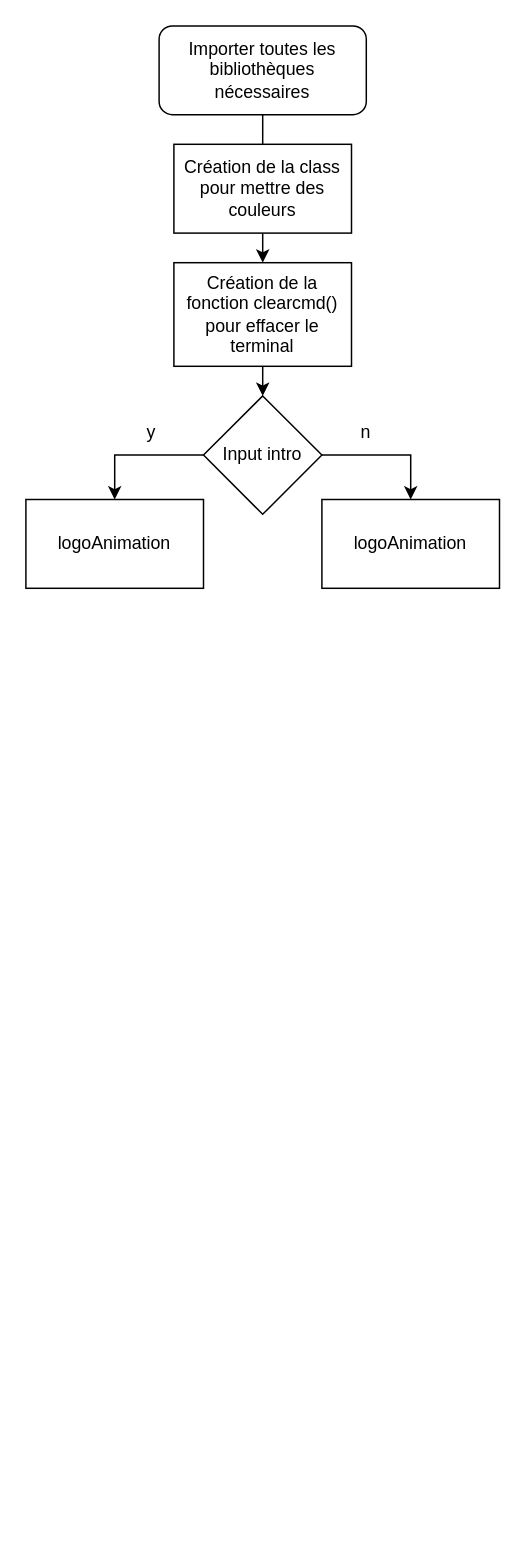
Earlier version of the draw.io diagram V1.drawio (Ag3ntKL/demineur). Source tidied: cells renumbered, new cells numbered last; positions are measured from the earlier drawing's top-left corner, leaving out a move shared by most shapes. Both pictures are drawn from the tidied source at 148%, with x=0, y=0 at pixel (25, 25).
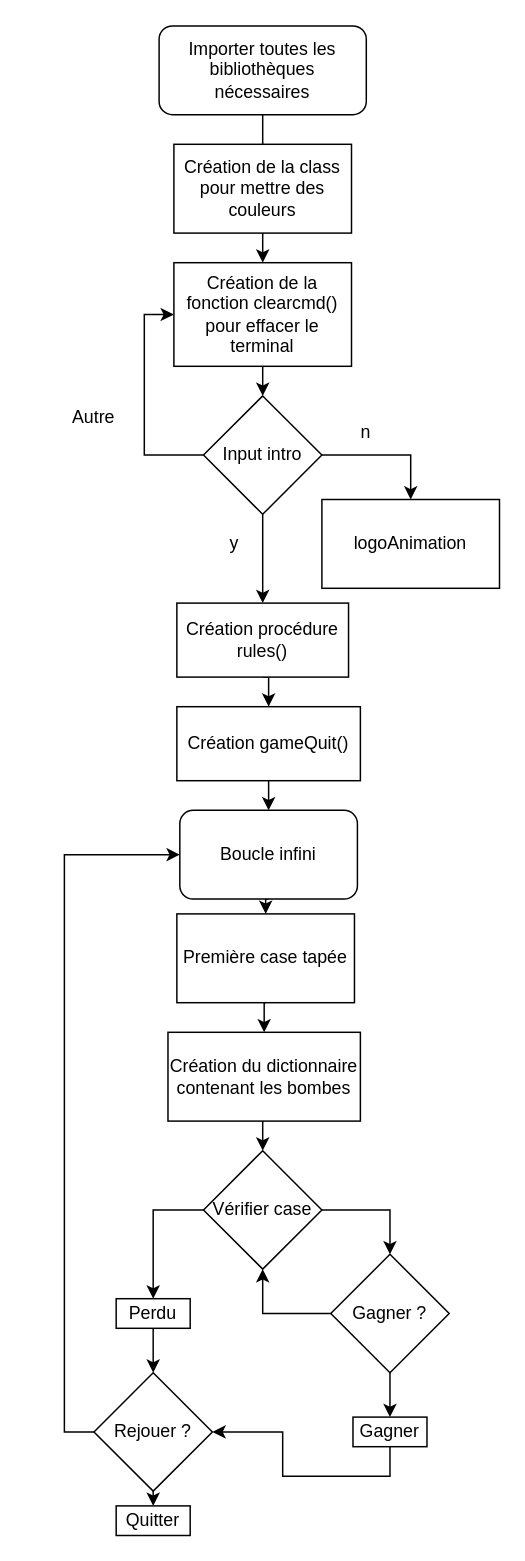
Above is the later version.

Commit message (it also covers changes not shown here):
Mettre à jour V1.drawio

Unchanged cells that the change refers to:
```xml
<mxCell id="7" value="Création de la fonction clearcmd() pour effacer le terminal" style="rounded=0;whiteSpace=wrap;html=1;" parent="1" vertex="1">
  <mxGeometry x="100" y="160" width="120" height="70" as="geometry" />
</mxCell>
<mxCell id="10" value="Input intro" style="rhombus;whiteSpace=wrap;html=1;" parent="1" vertex="1">
  <mxGeometry x="120" y="250" width="80" height="80" as="geometry" />
</mxCell>
```

What changed in the source:
```diff
@@
-    <mxCell id="8" style="edgeStyle=orthogonalEdgeStyle;rounded=0;jettySize=auto;html=1;exitX=0;exitY=0.5;exitDx=0;exitDy=0;entryX=0.5;entryY=0;entryDx=0;entryDy=0;" parent="1" edge="1" source="10" target="14">
-      <mxGeometry relative="1" as="geometry" />
-    </mxCell>
@@
+    <mxCell id="15" style="edgeStyle=orthogonalEdgeStyle;rounded=0;jettySize=auto;html=1;exitX=0;exitY=0.5;exitDx=0;exitDy=0;entryX=0;entryY=0.5;entryDx=0;entryDy=0;" parent="1" edge="1" source="10" target="7">
+      <mxGeometry relative="1" as="geometry" />
+    </mxCell>
+    <mxCell id="16" style="edgeStyle=orthogonalEdgeStyle;rounded=0;jettySize=auto;html=1;exitX=0.5;exitY=1;exitDx=0;exitDy=0;entryX=0.5;entryY=0;entryDx=0;entryDy=0;" parent="1" edge="1" source="10" target="19">
+      <mxGeometry relative="1" as="geometry" />
+    </mxCell>
@@
     <mxCell id="11" value="y" style="text;html=1;strokeColor=none;fillColor=none;align=center;verticalAlign=middle;whiteSpace=wrap;rounded=0;" parent="1" vertex="1">
-      <mxGeometry x="80" y="270" width="10" height="10" as="geometry" />
+      <mxGeometry x="136" y="345" width="10" height="10" as="geometry" />
     </mxCell>
@@
-    <mxCell id="14" value="logoAnimation" style="rounded=0;whiteSpace=wrap;html=1;" parent="1" vertex="1">
-      <mxGeometry y="320" width="120" height="60" as="geometry" />
-    </mxCell>
+    <mxCell id="17" value="Autre&lt;br&gt;" style="text;html=1;strokeColor=none;fillColor=none;align=center;verticalAlign=middle;whiteSpace=wrap;rounded=0;" parent="1" vertex="1">
+      <mxGeometry x="16" y="250" width="60" height="30" as="geometry" />
+    </mxCell>
+    <mxCell id="18" style="edgeStyle=orthogonalEdgeStyle;rounded=0;jettySize=auto;html=1;exitX=0.5;exitY=1;exitDx=0;exitDy=0;entryX=0.5;entryY=0;entryDx=0;entryDy=0;" parent="1" edge="1" source="19" target="21">
+      <mxGeometry relative="1" as="geometry" />
+    </mxCell>
+    <mxCell id="19" value="Création procédure rules()" style="rounded=0;whiteSpace=wrap;html=1;" parent="1" vertex="1">
+      <mxGeometry x="102" y="390" width="116" height="50" as="geometry" />
+    </mxCell>
+    <mxCell id="20" style="edgeStyle=orthogonalEdgeStyle;rounded=0;jettySize=auto;html=1;exitX=0.5;exitY=1;exitDx=0;exitDy=0;entryX=0.5;entryY=0;entryDx=0;entryDy=0;" parent="1" edge="1" source="21" target="23">
+      <mxGeometry relative="1" as="geometry" />
+    </mxCell>
+    <mxCell id="21" value="Création gameQuit()" style="rounded=0;whiteSpace=wrap;html=1;" parent="1" vertex="1">
+      <mxGeometry x="102" y="460" width="124" height="50" as="geometry" />
+    </mxCell>
+    <mxCell id="22" style="edgeStyle=orthogonalEdgeStyle;rounded=0;jettySize=auto;html=1;exitX=0.5;exitY=1;exitDx=0;exitDy=0;entryX=0.5;entryY=0;entryDx=0;entryDy=0;" parent="1" edge="1" source="23" target="25">
+      <mxGeometry relative="1" as="geometry" />
+    </mxCell>
+    <mxCell id="23" value="Boucle infini" style="rounded=1;whiteSpace=wrap;html=1;" parent="1" vertex="1">
+      <mxGeometry x="104" y="530" width="120" height="60" as="geometry" />
+    </mxCell>
+    <mxCell id="24" style="edgeStyle=orthogonalEdgeStyle;rounded=0;jettySize=auto;html=1;exitX=0.5;exitY=1;exitDx=0;exitDy=0;entryX=0.5;entryY=0;entryDx=0;entryDy=0;" parent="1" edge="1" source="25" target="27">
+      <mxGeometry relative="1" as="geometry" />
+    </mxCell>
+    <mxCell id="25" value="Première case tapée" style="rounded=0;whiteSpace=wrap;html=1;" parent="1" vertex="1">
+      <mxGeometry x="102" y="600" width="120" height="60" as="geometry" />
+    </mxCell>
+    <mxCell id="26" style="edgeStyle=orthogonalEdgeStyle;rounded=0;jettySize=auto;html=1;exitX=0.5;exitY=1;exitDx=0;exitDy=0;entryX=0.5;entryY=0;entryDx=0;entryDy=0;" parent="1" edge="1" source="27" target="30">
+      <mxGeometry relative="1" as="geometry" />
+    </mxCell>
+    <mxCell id="27" value="Création du dictionnaire contenant les bombes" style="rounded=0;whiteSpace=wrap;html=1;" parent="1" vertex="1">
+      <mxGeometry x="96" y="680" width="130" height="60" as="geometry" />
+    </mxCell>
+    <mxCell id="28" style="edgeStyle=orthogonalEdgeStyle;rounded=0;jettySize=auto;html=1;exitX=1;exitY=0.5;exitDx=0;exitDy=0;entryX=0.5;entryY=0;entryDx=0;entryDy=0;" parent="1" edge="1" source="30" target="37">
+      <mxGeometry relative="1" as="geometry" />
+    </mxCell>
+    <mxCell id="29" style="edgeStyle=orthogonalEdgeStyle;rounded=0;jettySize=auto;html=1;exitX=0;exitY=0.5;exitDx=0;exitDy=0;entryX=0.5;entryY=0;entryDx=0;entryDy=0;" parent="1" edge="1" source="30" target="41">
+      <mxGeometry relative="1" as="geometry" />
+    </mxCell>
+    <mxCell id="30" value="Vérifier case" style="rhombus;whiteSpace=wrap;html=1;" parent="1" vertex="1">
+      <mxGeometry x="120" y="760" width="80" height="80" as="geometry" />
+    </mxCell>
+    <mxCell id="31" style="edgeStyle=orthogonalEdgeStyle;rounded=0;jettySize=auto;html=1;exitX=0;exitY=0.5;exitDx=0;exitDy=0;entryX=0;entryY=0.5;entryDx=0;entryDy=0;" parent="1" edge="1" source="33" target="23">
+      <mxGeometry relative="1" as="geometry" />
+    </mxCell>
+    <mxCell id="32" style="edgeStyle=orthogonalEdgeStyle;rounded=0;jettySize=auto;html=1;exitX=0.5;exitY=1;exitDx=0;exitDy=0;entryX=0.5;entryY=0;entryDx=0;entryDy=0;" parent="1" edge="1" source="33" target="34">
+      <mxGeometry relative="1" as="geometry" />
+    </mxCell>
+    <mxCell id="33" value="Rejouer ?" style="rhombus;whiteSpace=wrap;html=1;" parent="1" vertex="1">
+      <mxGeometry x="46" y="910" width="80" height="80" as="geometry" />
+    </mxCell>
+    <mxCell id="34" value="Quitter" style="rounded=0;whiteSpace=wrap;html=1;" parent="1" vertex="1">
+      <mxGeometry x="61" y="1000" width="50" height="20" as="geometry" />
+    </mxCell>
+    <mxCell id="35" style="edgeStyle=orthogonalEdgeStyle;rounded=0;jettySize=auto;html=1;exitX=0;exitY=0.5;exitDx=0;exitDy=0;entryX=0.5;entryY=1;entryDx=0;entryDy=0;" parent="1" edge="1" source="37" target="30">
+      <mxGeometry relative="1" as="geometry" />
+    </mxCell>
+    <mxCell id="36" style="edgeStyle=orthogonalEdgeStyle;rounded=0;jettySize=auto;html=1;exitX=0.5;exitY=1;exitDx=0;exitDy=0;" parent="1" edge="1" source="37">
+      <mxGeometry relative="1" as="geometry">
+        <mxPoint x="246" y="940" as="targetPoint" />
+      </mxGeometry>
+    </mxCell>
+    <mxCell id="37" value="Gagner ?" style="rhombus;whiteSpace=wrap;html=1;" parent="1" vertex="1">
+      <mxGeometry x="206" y="830" width="80" height="80" as="geometry" />
+    </mxCell>
+    <mxCell id="38" style="edgeStyle=orthogonalEdgeStyle;rounded=0;jettySize=auto;html=1;exitX=0.5;exitY=1;exitDx=0;exitDy=0;entryX=1;entryY=0.5;entryDx=0;entryDy=0;" parent="1" edge="1" source="39" target="33">
+      <mxGeometry relative="1" as="geometry" />
+    </mxCell>
+    <mxCell id="39" value="Gagner" style="rounded=0;whiteSpace=wrap;html=1;" parent="1" vertex="1">
+      <mxGeometry x="221" y="940" width="50" height="20" as="geometry" />
+    </mxCell>
+    <mxCell id="40" style="edgeStyle=orthogonalEdgeStyle;rounded=0;jettySize=auto;html=1;exitX=0.5;exitY=1;exitDx=0;exitDy=0;entryX=0.5;entryY=0;entryDx=0;entryDy=0;" parent="1" edge="1" source="41" target="33">
+      <mxGeometry relative="1" as="geometry" />
+    </mxCell>
+    <mxCell id="41" value="Perdu" style="rounded=0;whiteSpace=wrap;html=1;" parent="1" vertex="1">
+      <mxGeometry x="61" y="860" width="50" height="20" as="geometry" />
+    </mxCell>
```
